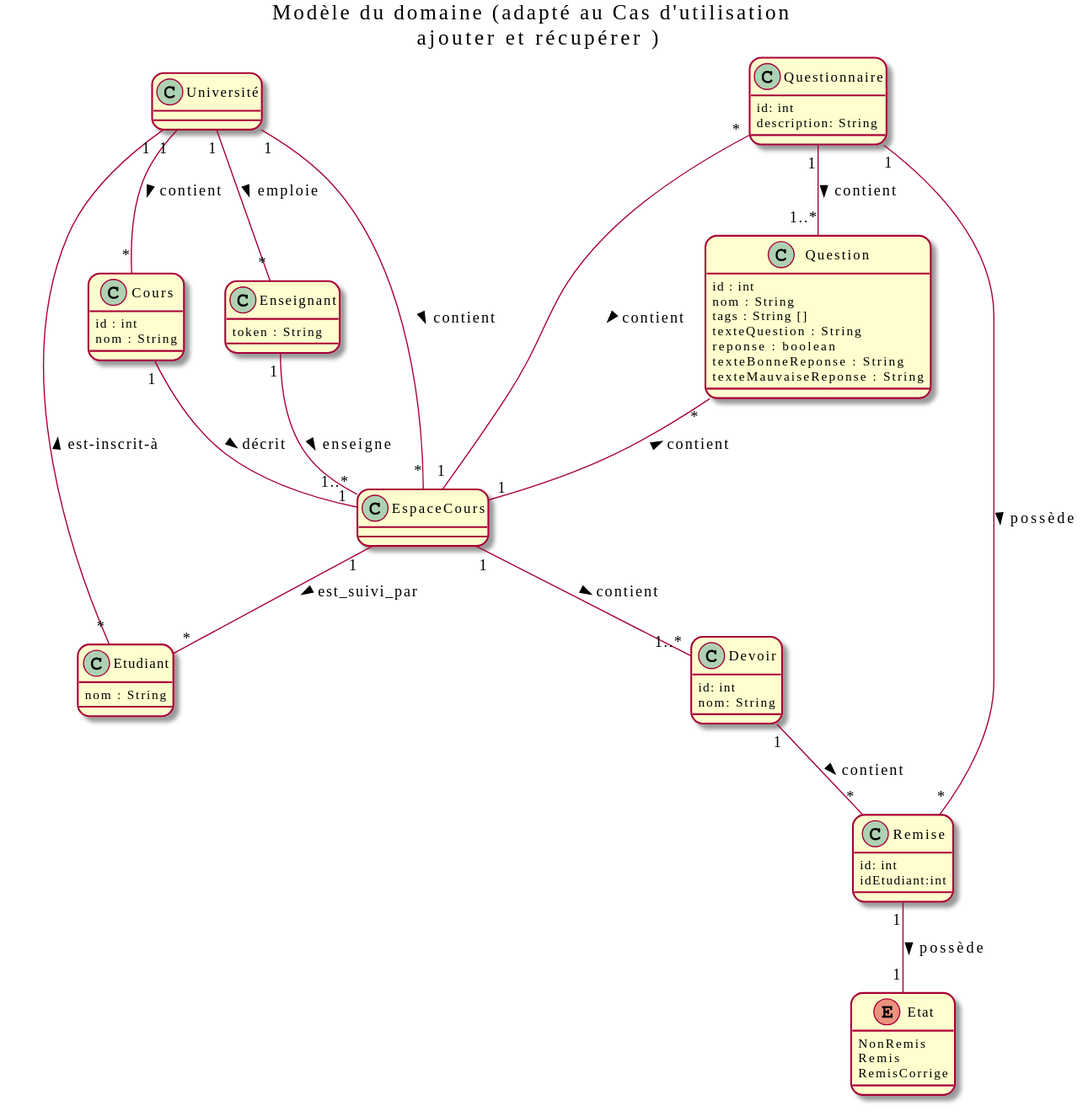
nerdz88/SGA-TS keeps this PlantUML diagram as out/docs/modeles/mdd/MDD.svg. Above is the earlier version.
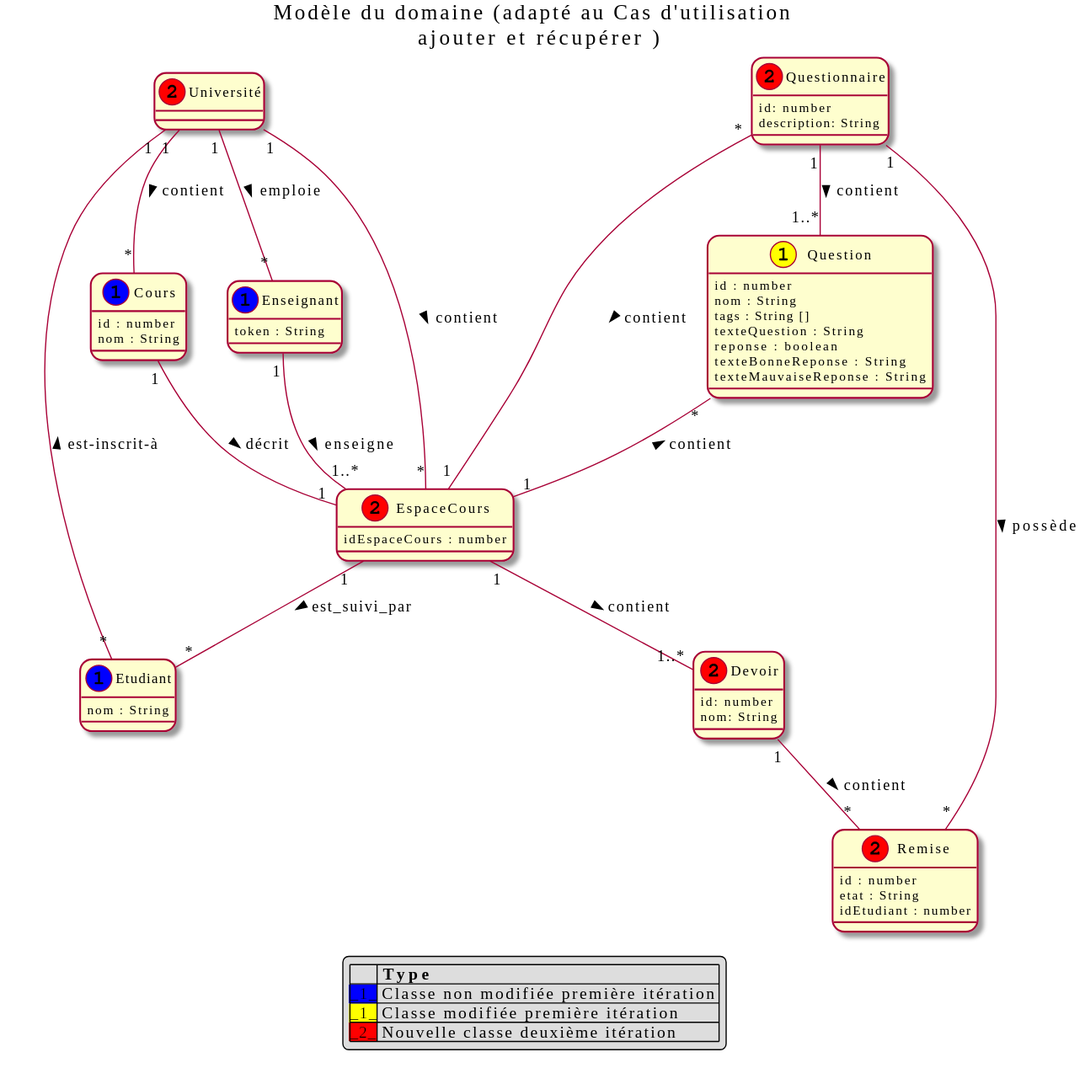
Above is the later version.

The edit, as a diff of the source:
```diff
@@ -3,39 +3,33 @@
 skinparam RoundCorner 20
 
 title Modèle du domaine (adapté au Cas d'utilisation \n ajouter et récupérer )
-
-class Cours {
-    id : int
+class Cours << (1,blue) >> {
+    id : number
     nom : String
 }
 
 
-class Enseignant {
+class Enseignant << (1,blue) >>{
     token : String
 }
 
-class Etudiant {
+class Etudiant << (1,blue) >>{
     nom : String
 }
 
-class Devoir{
-    id: int
+class Devoir << (2,red) >>{
+    id: number
     nom: String
 }
 
-class Remise{
-    id: int
-    idEtudiant:int
+class Remise << (2,red) >>{
+    id : number
+    etat : String
+    idEtudiant : number
 }
 
-enum Etat{
-    NonRemis
-    Remis
-    RemisCorrige
-}
-
-class Question{
-    id : int
+class Question << 1,yellow) >>{
+    id : number
     nom : String
     tags : String []
     texteQuestion : String
@@ -44,15 +38,19 @@
     texteMauvaiseReponse : String
 }
 
-class Questionnaire{
-    id: int
+class Questionnaire << (2,red) >>{
+    id: number
     description: String
 }
 
-class EspaceCours{
+class EspaceCours << (2,red) >>{
+    idEspaceCours : number
+}
+
+class Université << (2,red) >>{
+
 }
 Devoir "1"--"*" Remise : contient >
-Remise"1"--"1" Etat : possède >
 EspaceCours "1"--"1..*" Devoir: contient >
 Enseignant "1"--"1..*" EspaceCours : enseigne >
 Université "1"--"*" Enseignant : emploie >
@@ -65,4 +63,11 @@
 Université "1"--"*" Etudiant : est-inscrit-à <
 Question "*"--"1" EspaceCours : contient <
 Questionnaire "*"--"1" EspaceCours : contient >
+
+legend
+|= |= Type |
+|<back:blue>_1_</back>| Classe non modifiée première itération |
+|<back:yellow>_1_</back>| Classe modifiée première itération |
+|<back:red>_2_</back>| Nouvelle classe deuxième itération |
+endlegend
 @enduml
```
